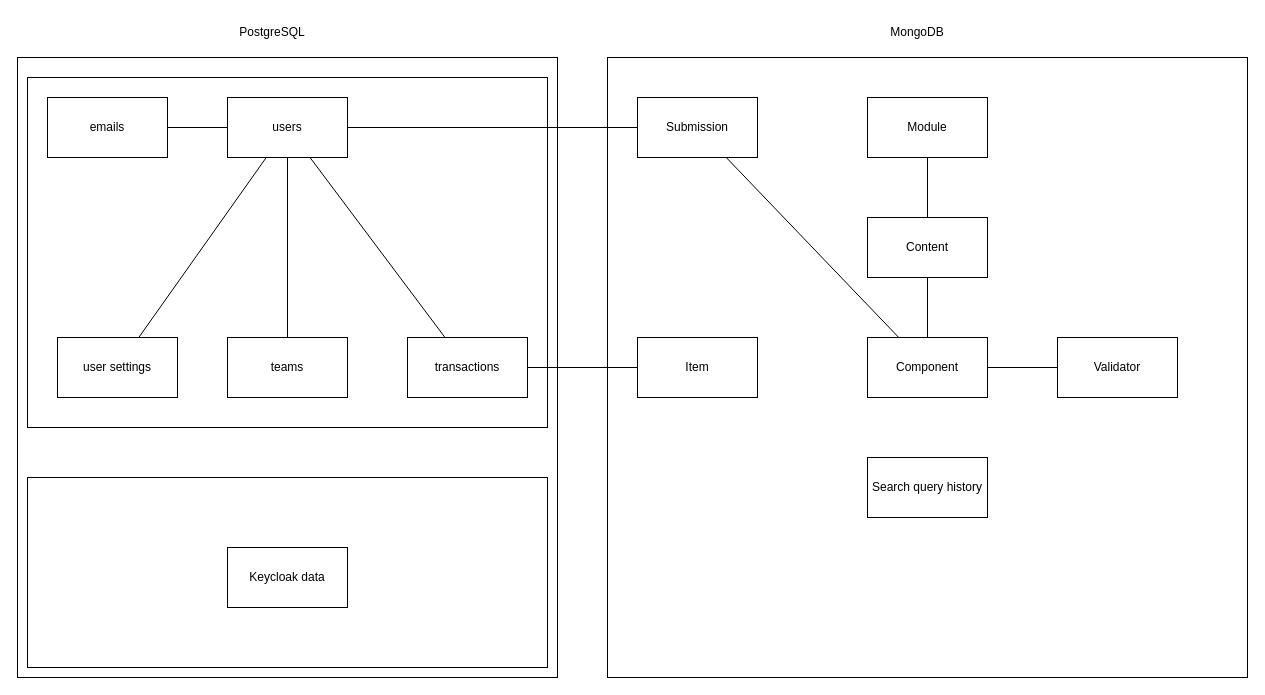
Earlier version of the draw.io diagram sketches/Q7-data/next.drawio (nponsard/rapport-polycode-s7). Source tidied: cells renumbered, new cells numbered last; positions are measured from the earlier drawing's top-left corner, leaving out a move shared by most shapes. Both pictures are drawn from the tidied source at 100%, with x=0, y=0 at pixel (17, 17).
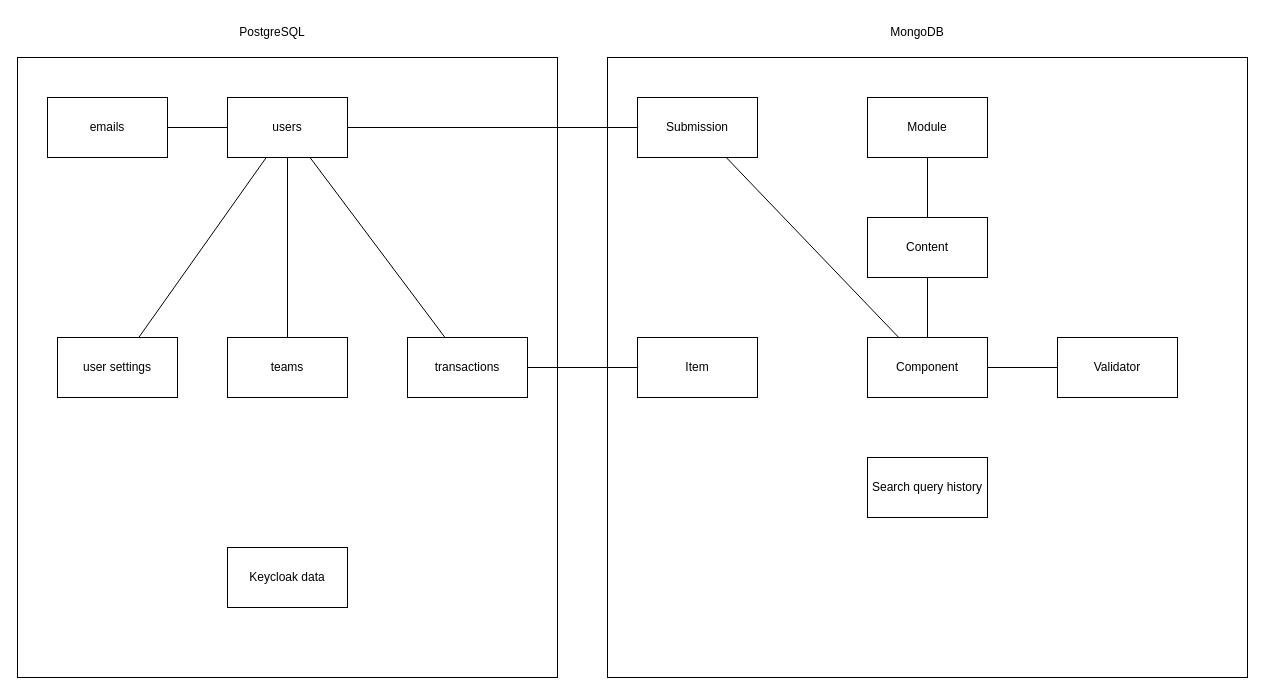
The same page after the edit.

Commit message:
fix next database schema

Diff of the diagram source:
```diff
@@
-    <mxCell id="3" style="rounded=0;whiteSpace=wrap;html=1;" parent="1" vertex="1">
-      <mxGeometry x="10" y="460" width="520" height="190" as="geometry" />
-    </mxCell>
-    <mxCell id="4" style="rounded=0;whiteSpace=wrap;html=1;" parent="1" vertex="1">
-      <mxGeometry x="10" y="60" width="520" height="350" as="geometry" />
-    </mxCell>
```
